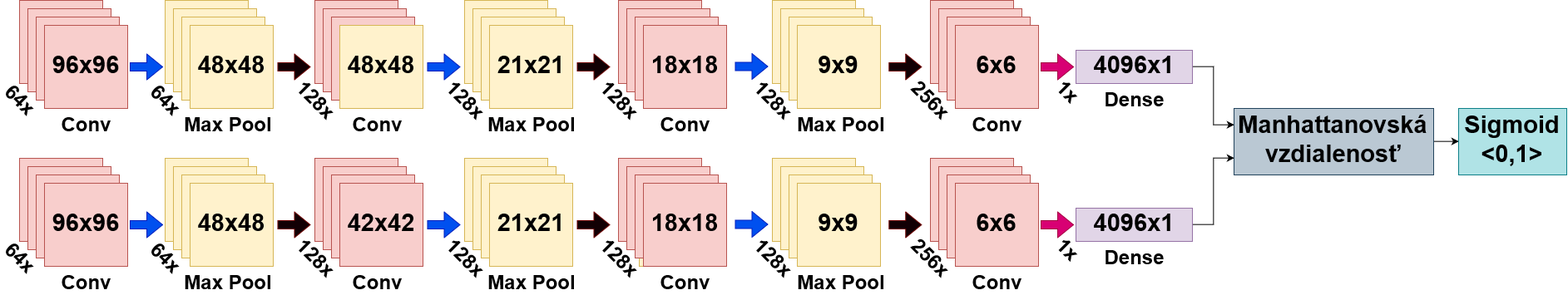
Above: text prace/images/siamese_architecture.png in AndrejZbin/Diplomovka (draw.io), before the change. Source tidied: cells renumbered, new cells last; positions are measured from the earlier drawing's top-left corner, leaving out a move shared by most shapes.
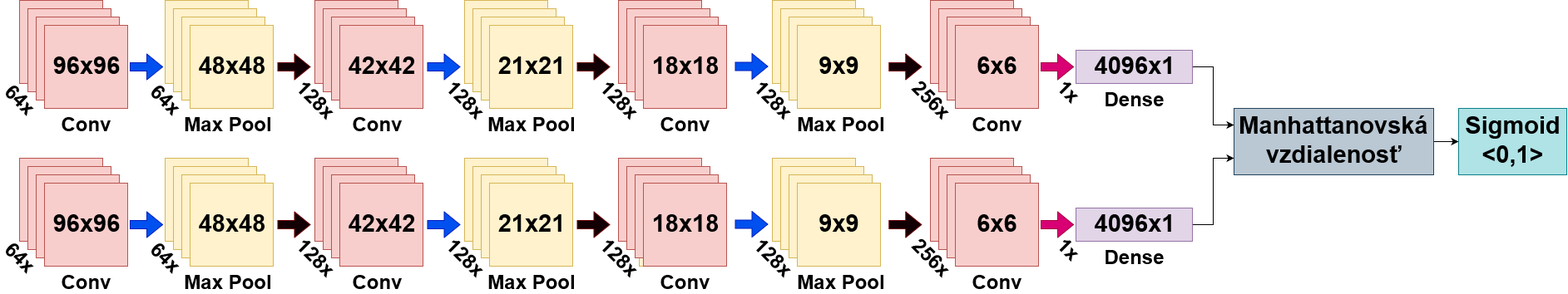
After the change.

Diff of the diagram source:
```diff
@@ -44,9 +44,6 @@
     <mxCell id="15" value="48x48" style="rounded=0;whiteSpace=wrap;html=1;fillColor=#fff2cc;strokeColor=#d6b656;fontSize=29;fontStyle=1;" parent="1" vertex="1">
       <mxGeometry x="225" y="30" width="100" height="100" as="geometry" />
     </mxCell>
-    <mxCell id="16" value="48x48" style="rounded=0;whiteSpace=wrap;html=1;fillColor=#fff2cc;strokeColor=#d6b656;fontSize=29;fontStyle=1;" parent="1" vertex="1">
-      <mxGeometry x="405" y="30" width="100" height="100" as="geometry" />
-    </mxCell>
     <mxCell id="17" value="64x" style="text;html=1;strokeColor=none;fillColor=none;align=center;verticalAlign=middle;whiteSpace=wrap;rounded=0;fontSize=24;rotation=45;fontStyle=1;" parent="1" vertex="1">
       <mxGeometry x="175" y="110" width="40" height="20" as="geometry" />
     </mxCell>
```
